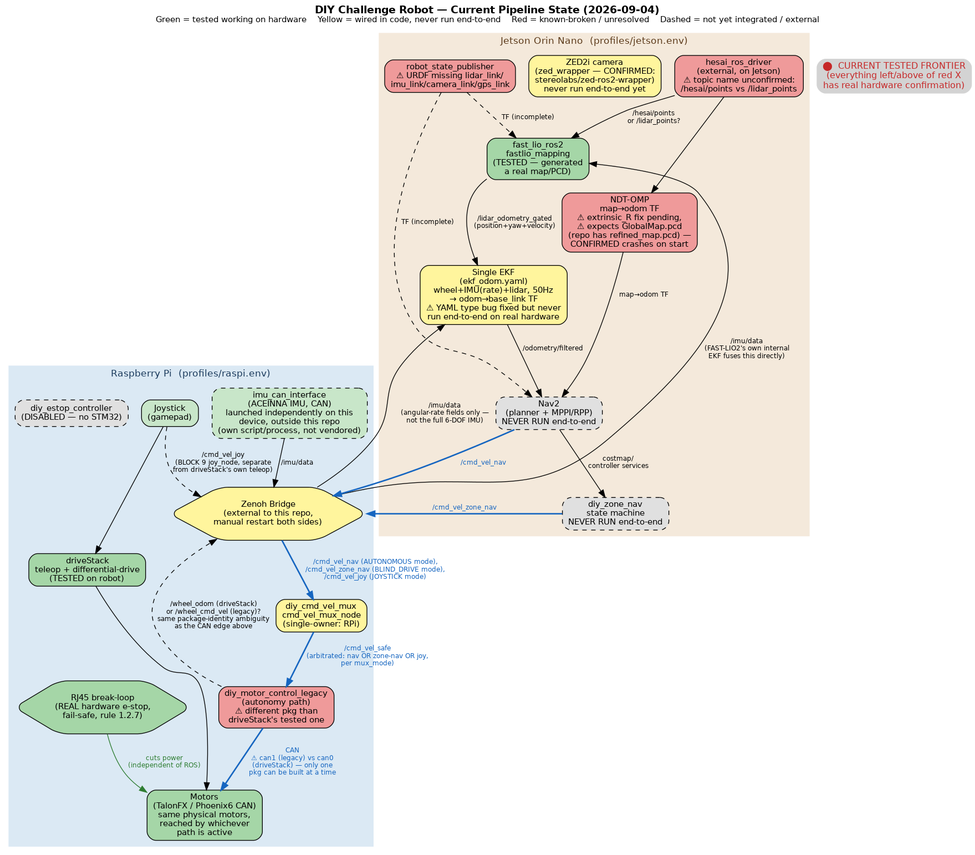
Betsybots/DIY-Challenge-Repo keeps this Graphviz diagram as docs/pipeline_diagram.png. Above is the earlier version. Its source is kept beside it as docs/pipeline_diagram.dot. The source it was exported from:
```dot
digraph DIY_Challenge_Pipeline {
  rankdir=TB;
  fontname="Helvetica";
  labelloc="t";
  label=<<b>DIY Challenge Robot — Current Pipeline State (2026-09-04)</b><br/><font point-size="11">Green = tested working on hardware &#160;&#160; Yellow = wired in code, never run end-to-end &#160;&#160; Red = known-broken / unresolved &#160;&#160; Dashed = not yet integrated / external</font>>;
  node [fontname="Helvetica" fontsize=11 shape=box style="rounded,filled"];
  edge [fontname="Helvetica" fontsize=9];

  subgraph cluster_raspi {
    label="Raspberry Pi  (profiles/raspi.env)";
    style=filled; color="#dbe9f4"; fontsize=13; fontcolor="#1a3a5c";

    joy       [label="Joystick\n(gamepad)"      fillcolor="#c8e6c9"];
    driveStackTeleop [label="driveStack\nteleop + differential-drive\n(TESTED on robot)" fillcolor="#a5d6a7"];
    motors_manual [label="Motors\n(TalonFX / Phoenix6 CAN)\nsame physical motors,\nreached by whichever\npath is active" fillcolor="#a5d6a7"];

    imu_can   [label="imu_can_interface\n(ACEINNA IMU, CAN)\nlaunched independently on this\ndevice, outside this repo\n(own script/process, not vendored)" fillcolor="#c8e6c9" style="rounded,filled,dashed"];

    cmd_vel_mux [label="diy_cmd_vel_mux\ncmd_vel_mux_node\n(single-owner: RPi)" fillcolor="#fff59d"];
    motor_auto  [label="diy_motor_control_legacy\n(autonomy path)\n⚠ different pkg than\ndriveStack's tested one" fillcolor="#ef9a9a"];
    estop_ctrl  [label="diy_estop_controller\n(DISABLED — no STM32)" fillcolor="#e0e0e0" style="rounded,filled,dashed"];
    rjbreak     [label="RJ45 break-loop\n(REAL hardware e-stop,\nfail-safe, rule 1.2.7)" shape=hexagon fillcolor="#a5d6a7"];

    joy -> driveStackTeleop -> motors_manual;
    rjbreak -> motors_manual [label="cuts power\n(independent of ROS)" color="#2e7d32" fontcolor="#2e7d32"];

    cmd_vel_mux -> motor_auto [label="/cmd_vel_safe\n(arbitrated: nav OR zone-nav OR joy,\nper mux_mode)" color="#1565c0" fontcolor="#1565c0" penwidth=2];
    motor_auto -> motors_manual [label="CAN\n⚠ can1 (legacy) vs can0\n(driveStack) — only one\npkg can be built at a time"
                                  color="#1565c0" fontcolor="#1565c0" penwidth=2];
    motor_auto -> zenoh [label="/wheel_odom (driveStack)\nor /wheel_cmd_vel (legacy)?\nsame package-identity ambiguity\nas the CAN edge above" style=dashed];
  }

  subgraph cluster_jetson {
    label="Jetson Orin Nano  (profiles/jetson.env)";
    style=filled; color="#f4e9db"; fontsize=13; fontcolor="#5c3a1a";

    hesai   [label="hesai_ros_driver\n(external, on Jetson)\n⚠ topic name unconfirmed:\n/hesai/points vs /lidar_points" fillcolor="#ef9a9a"];
    zed     [label="ZED2i camera\n(zed_wrapper — CONFIRMED:\nstereolabs/zed-ros2-wrapper)\nnever run end-to-end yet" fillcolor="#fff59d" style="rounded,filled"];

    fastlio [label="fast_lio_ros2\nfastlio_mapping\n(TESTED — generated\na real map/PCD)" fillcolor="#a5d6a7"];
    ekf     [label="Single EKF\n(ekf_odom.yaml)\nwheel+IMU(rate)+lidar, 50Hz\n→ odom→base_link TF\n⚠ YAML type bug fixed but never\nrun end-to-end on real hardware" fillcolor="#fff59d"];
    ndtomp  [label="NDT-OMP\nmap→odom TF\n⚠ extrinsic_R fix pending,\n⚠ expects GlobalMap.pcd\n(repo has refined_map.pcd) —\nCONFIRMED crashes on start" fillcolor="#ef9a9a"];

    nav2    [label="Nav2\n(planner + MPPI/RPP)\nNEVER RUN end-to-end" fillcolor="#e0e0e0" style="rounded,filled,dashed"];
    zonenav [label="diy_zone_nav\nstate machine\nNEVER RUN end-to-end" fillcolor="#e0e0e0" style="rounded,filled,dashed"];

    robot_desc [label="robot_state_publisher\n⚠ URDF missing lidar_link/\nimu_link/camera_link/gps_link" fillcolor="#ef9a9a"];

    hesai -> fastlio [label="/hesai/points\nor /lidar_points?"];
    hesai -> ndtomp;
    fastlio -> ekf [label="/lidar_odometry_gated\n(position+yaw+velocity)"];
    ekf -> nav2 [label="/odometry/filtered"];
    ndtomp -> nav2 [label="map→odom TF"];
    nav2 -> zonenav [label="costmap/\ncontroller services"];
    robot_desc -> fastlio [style=dashed label="TF (incomplete)"];
    robot_desc -> nav2 [style=dashed label="TF (incomplete)"];
  }

  zenoh [label="Zenoh Bridge\n(external to this repo,\nmanual restart both sides)" shape=hexagon fillcolor="#fff59d"];

  imu_can -> zenoh [label="/imu/data"];
  zenoh -> fastlio [label="/imu/data\n(FAST-LIO2's own internal\nEKF fuses this directly)"];
  zenoh -> ekf [label="/imu/data\n(angular-rate fields only —\nnot the full 6-DOF IMU)"];
  nav2 -> zenoh [label="/cmd_vel_nav" color="#1565c0" fontcolor="#1565c0" penwidth=2];
  zonenav -> zenoh [label="/cmd_vel_zone_nav" color="#1565c0" fontcolor="#1565c0" penwidth=2];
  joy -> zenoh [style=dashed label="/cmd_vel_joy\n(BLOCK 9 joy_node, separate\nfrom driveStack's own teleop)"];
  zenoh -> cmd_vel_mux [label="/cmd_vel_nav (AUTONOMOUS mode),\n/cmd_vel_zone_nav (BLIND_DRIVE mode),\n/cmd_vel_joy (JOYSTICK mode)" color="#1565c0" fontcolor="#1565c0" penwidth=2];

  frontier [label="⬤  CURRENT TESTED FRONTIER\n(everything left/above of red X\nhas real hardware confirmation)" shape=plaintext fontcolor="#c62828" fontsize=12];
}
```
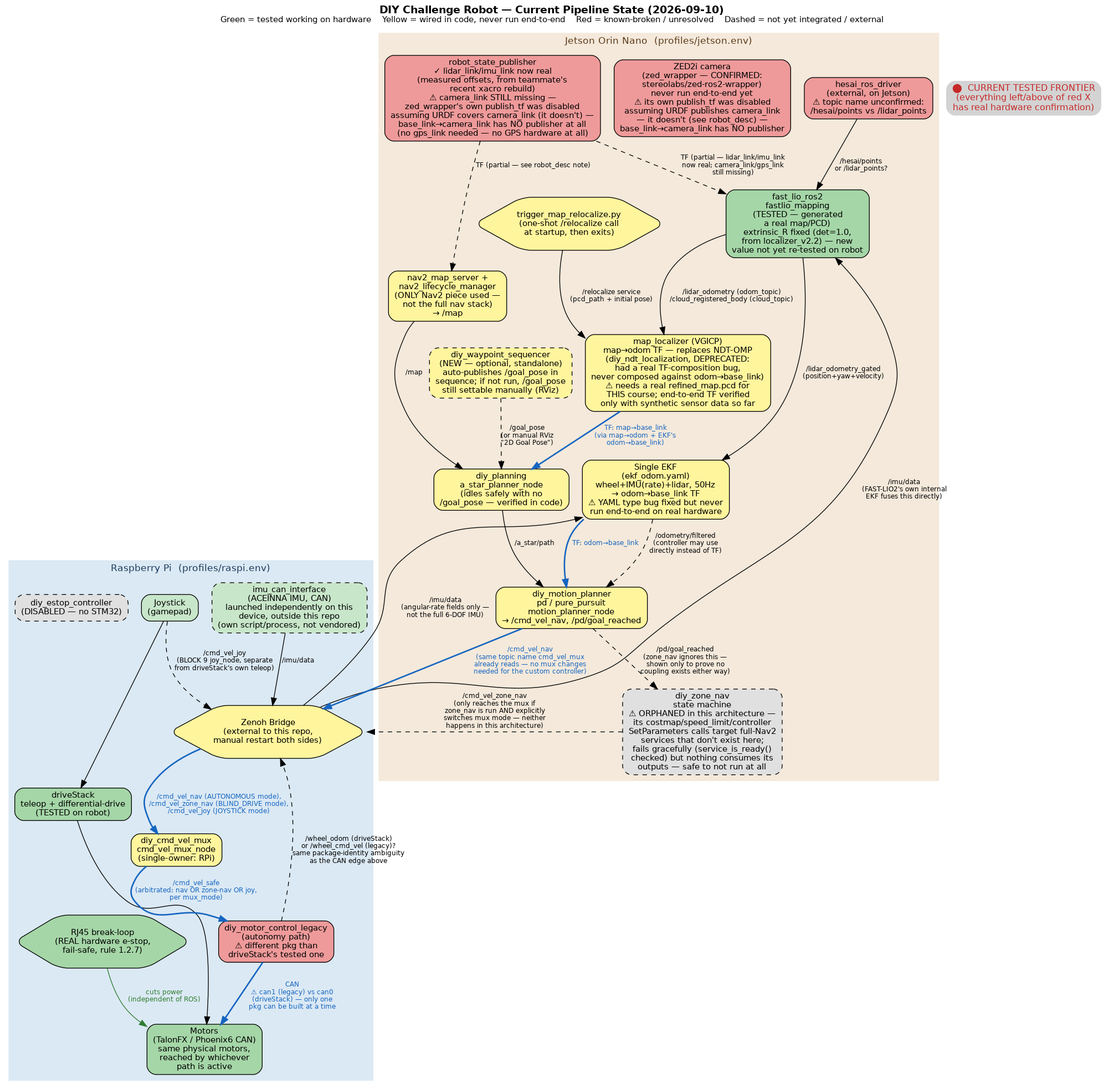
The same diagram one commit later.

Commit message:
docs: add Jetson bring-up guide; update pipeline diagram, testing guide, decision log

What changed in the source:
```diff
@@ -2,7 +2,7 @@
   rankdir=TB;
   fontname="Helvetica";
   labelloc="t";
-  label=<<b>DIY Challenge Robot — Current Pipeline State (2026-09-04)</b><br/><font point-size="11">Green = tested working on hardware &#160;&#160; Yellow = wired in code, never run end-to-end &#160;&#160; Red = known-broken / unresolved &#160;&#160; Dashed = not yet integrated / external</font>>;
+  label=<<b>DIY Challenge Robot — Current Pipeline State (2026-09-10)</b><br/><font point-size="11">Green = tested working on hardware &#160;&#160; Yellow = wired in code, never run end-to-end &#160;&#160; Red = known-broken / unresolved &#160;&#160; Dashed = not yet integrated / external</font>>;
   node [fontname="Helvetica" fontsize=11 shape=box style="rounded,filled"];
   edge [fontname="Helvetica" fontsize=9];
 
@@ -35,25 +35,36 @@
     style=filled; color="#f4e9db"; fontsize=13; fontcolor="#5c3a1a";
 
     hesai   [label="hesai_ros_driver\n(external, on Jetson)\n⚠ topic name unconfirmed:\n/hesai/points vs /lidar_points" fillcolor="#ef9a9a"];
-    zed     [label="ZED2i camera\n(zed_wrapper — CONFIRMED:\nstereolabs/zed-ros2-wrapper)\nnever run end-to-end yet" fillcolor="#fff59d" style="rounded,filled"];
+    zed     [label="ZED2i camera\n(zed_wrapper — CONFIRMED:\nstereolabs/zed-ros2-wrapper)\nnever run end-to-end yet\n⚠ its own publish_tf was disabled\nassuming URDF publishes camera_link\n— it doesn't (see robot_desc) —\nbase_link→camera_link has NO publisher" fillcolor="#ef9a9a"];
 
-    fastlio [label="fast_lio_ros2\nfastlio_mapping\n(TESTED — generated\na real map/PCD)" fillcolor="#a5d6a7"];
+    fastlio [label="fast_lio_ros2\nfastlio_mapping\n(TESTED — generated\na real map/PCD)\nextrinsic_R fixed (det=1.0,\nfrom localizer_v2.2) — new\nvalue not yet re-tested on robot" fillcolor="#a5d6a7"];
     ekf     [label="Single EKF\n(ekf_odom.yaml)\nwheel+IMU(rate)+lidar, 50Hz\n→ odom→base_link TF\n⚠ YAML type bug fixed but never\nrun end-to-end on real hardware" fillcolor="#fff59d"];
-    ndtomp  [label="NDT-OMP\nmap→odom TF\n⚠ extrinsic_R fix pending,\n⚠ expects GlobalMap.pcd\n(repo has refined_map.pcd) —\nCONFIRMED crashes on start" fillcolor="#ef9a9a"];
+    maplocalizer [label="map_localizer (VGICP)\nmap→odom TF — replaces NDT-OMP\n(diy_ndt_localization, DEPRECATED:\nhad a real TF-composition bug,\nnever composed against odom→base_link)\n⚠ needs a real refined_map.pcd for\nTHIS course; end-to-end TF verified\nonly with synthetic sensor data so far" fillcolor="#fff59d"];
+    reloc_trigger [label="trigger_map_relocalize.py\n(one-shot /relocalize call\nat startup, then exits)" shape=hexagon fillcolor="#fff59d"];
 
-    nav2    [label="Nav2\n(planner + MPPI/RPP)\nNEVER RUN end-to-end" fillcolor="#e0e0e0" style="rounded,filled,dashed"];
-    zonenav [label="diy_zone_nav\nstate machine\nNEVER RUN end-to-end" fillcolor="#e0e0e0" style="rounded,filled,dashed"];
+    map_server [label="nav2_map_server +\nnav2_lifecycle_manager\n(ONLY Nav2 piece used —\nnot the full nav stack)\n→ /map" fillcolor="#fff59d"];
+    a_star     [label="diy_planning\na_star_planner_node\n(idles safely with no\n/goal_pose — verified in code)" fillcolor="#fff59d"];
+    pd_ctrl    [label="diy_motion_planner\npd / pure_pursuit\nmotion_planner_node\n→ /cmd_vel_nav, /pd/goal_reached" fillcolor="#fff59d"];
+    wp_seq     [label="diy_waypoint_sequencer\n(NEW — optional, standalone)\nauto-publishes /goal_pose in\nsequence; if not run, /goal_pose\nstill settable manually (RViz)" fillcolor="#fff59d" style="rounded,filled,dashed"];
 
-    robot_desc [label="robot_state_publisher\n⚠ URDF missing lidar_link/\nimu_link/camera_link/gps_link" fillcolor="#ef9a9a"];
+    zonenav [label="diy_zone_nav\nstate machine\n⚠ ORPHANED in this architecture —\nits costmap/speed_limit/controller\nSetParameters calls target full-Nav2\nservices that don't exist here;\nfails gracefully (service_is_ready()\nchecked) but nothing consumes its\noutputs — safe to not run at all" fillcolor="#e0e0e0" style="rounded,filled,dashed"];
+
+    robot_desc [label="robot_state_publisher\n✓ lidar_link/imu_link now real\n(measured offsets, from teammate's\nrecent xacro rebuild)\n⚠ camera_link STILL missing —\nzed_wrapper's own publish_tf was disabled\nassuming URDF covers camera_link (it doesn't) —\nbase_link→camera_link has NO publisher at all\n(no gps_link needed — no GPS hardware at all)" fillcolor="#ef9a9a"];
 
     hesai -> fastlio [label="/hesai/points\nor /lidar_points?"];
-    hesai -> ndtomp;
     fastlio -> ekf [label="/lidar_odometry_gated\n(position+yaw+velocity)"];
-    ekf -> nav2 [label="/odometry/filtered"];
-    ndtomp -> nav2 [label="map→odom TF"];
-    nav2 -> zonenav [label="costmap/\ncontroller services"];
-    robot_desc -> fastlio [style=dashed label="TF (incomplete)"];
-    robot_desc -> nav2 [style=dashed label="TF (incomplete)"];
+    fastlio -> maplocalizer [label="/lidar_odometry (odom_topic)\n/cloud_registered_body (cloud_topic)"];
+    reloc_trigger -> maplocalizer [label="/relocalize service\n(pcd_path + initial pose)"];
+
+    map_server -> a_star [label="/map"];
+    maplocalizer -> a_star [label="TF: map→base_link\n(via map→odom + EKF's\nodom→base_link)" color="#1565c0" fontcolor="#1565c0" penwidth=2];
+    wp_seq -> a_star [label="/goal_pose\n(or manual RViz\n\"2D Goal Pose\")" style=dashed];
+    a_star -> pd_ctrl [label="/a_star/path"];
+    ekf -> pd_ctrl [label="TF: odom→base_link" color="#1565c0" fontcolor="#1565c0" penwidth=2];
+    ekf -> pd_ctrl [label="/odometry/filtered\n(controller may use\ndirectly instead of TF)" style=dashed];
+    pd_ctrl -> zonenav [style=dashed label="/pd/goal_reached\n(zone_nav ignores this —\nshown only to prove no\ncoupling exists either way)"];
+    robot_desc -> fastlio [style=dashed label="TF (partial — lidar_link/imu_link\nnow real; camera_link/gps_link\nstill missing)"];
+    robot_desc -> map_server [style=dashed label="TF (partial — see robot_desc note)"];
   }
 
   zenoh [label="Zenoh Bridge\n(external to this repo,\nmanual restart both sides)" shape=hexagon fillcolor="#fff59d"];
@@ -61,8 +72,8 @@
   imu_can -> zenoh [label="/imu/data"];
   zenoh -> fastlio [label="/imu/data\n(FAST-LIO2's own internal\nEKF fuses this directly)"];
   zenoh -> ekf [label="/imu/data\n(angular-rate fields only —\nnot the full 6-DOF IMU)"];
-  nav2 -> zenoh [label="/cmd_vel_nav" color="#1565c0" fontcolor="#1565c0" penwidth=2];
-  zonenav -> zenoh [label="/cmd_vel_zone_nav" color="#1565c0" fontcolor="#1565c0" penwidth=2];
+  pd_ctrl -> zenoh [label="/cmd_vel_nav\n(same topic name cmd_vel_mux\nalready reads — no mux changes\nneeded for the custom controller)" color="#1565c0" fontcolor="#1565c0" penwidth=2];
+  zonenav -> zenoh [style=dashed label="/cmd_vel_zone_nav\n(only reaches the mux if\nzone_nav is run AND explicitly\nswitches mux mode — neither\nhappens in this architecture)"];
   joy -> zenoh [style=dashed label="/cmd_vel_joy\n(BLOCK 9 joy_node, separate\nfrom driveStack's own teleop)"];
   zenoh -> cmd_vel_mux [label="/cmd_vel_nav (AUTONOMOUS mode),\n/cmd_vel_zone_nav (BLIND_DRIVE mode),\n/cmd_vel_joy (JOYSTICK mode)" color="#1565c0" fontcolor="#1565c0" penwidth=2];
 
```
